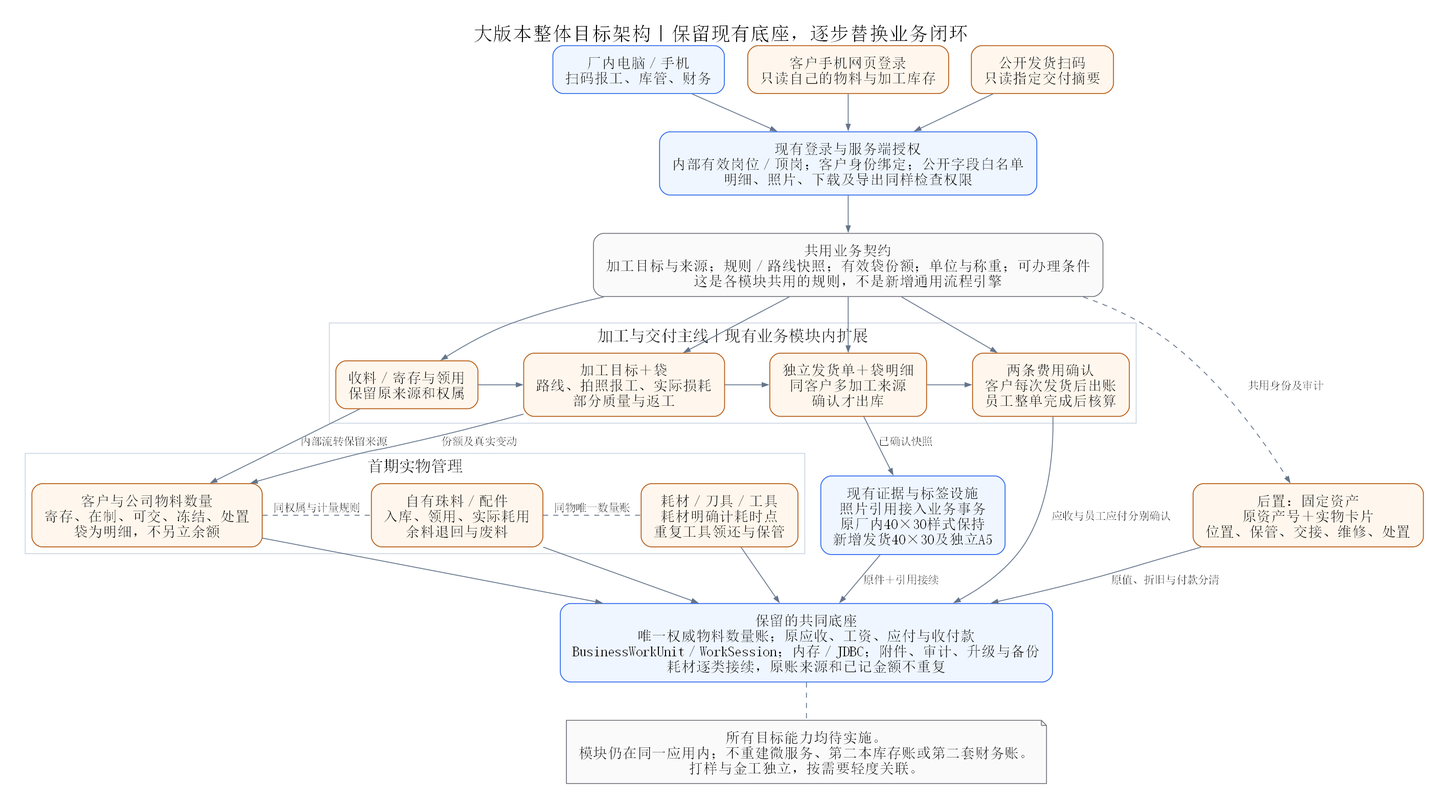
This is docs/diagrams/refactor-master/01-overall-architecture.png from sxliuchen-hash/zhubao-ERP, a Graphviz export, as it was before one commit. Its source is kept beside it as docs/diagrams/refactor-master/01-overall-architecture.dot. Its diagram source:
```dot
digraph G {
 graph [fontname="SimSun",fontsize=23,label="大版本整体目标架构｜保留现有底座，逐步替换业务闭环",labelloc=t,rankdir=TB,bgcolor="white",pad="0.3",nodesep="0.38",ranksep="0.6"];
 node [fontname="SimSun",fontsize=17,shape=box,style="rounded,filled",color="#b45309",fillcolor="#fff7ed",margin="0.2,0.14"];
 edge [fontname="SimSun",fontsize=13,color="#64748b",arrowsize=0.7];
 staff [label="厂内电脑／手机\n扫码报工、库管、财务",color="#2563eb",fillcolor="#eff6ff"];
 client [label="客户手机网页登录\n只读自己的物料与加工库存"];
 public [label="公开发货扫码\n只读指定交付摘要"];
 {rank=same;staff;client;public;}
 access [label="现有登录与服务端授权\n内部有效岗位／顶岗；客户身份绑定；公开字段白名单\n明细、照片、下载及导出同样检查权限",color="#2563eb",fillcolor="#eff6ff"];
 contract [label="共用业务契约\n加工目标与来源；规则／路线快照；有效袋份额；单位与称重；可办理条件\n这是各模块共用的规则，不是新增通用流程引擎",color="#71717a",fillcolor="#fafafa"];
 subgraph cluster_main {
  label="加工与交付主线｜现有业务模块内扩展";fontname="SimSun";fontsize=19;color="#cbd5e1";
  source [label="收料／寄存与领用\n保留原来源和权属"];
  production [label="加工目标＋袋\n路线、拍照报工、实际损耗\n部分质量与返工"];
  shipping [label="独立发货单＋袋明细\n同客户多加工来源\n确认才出库"];
  finance [label="两条费用确认\n客户每次发货后出账\n员工整单完成后核算"];
  {rank=same;source;production;shipping;finance;}
  source -> production;production -> shipping;shipping -> finance;
 }
 subgraph cluster_material {
  label="首期实物管理";fontname="SimSun";fontsize=19;color="#cbd5e1";
  inventory [label="客户与公司物料数量\n寄存、在制、可交、冻结、处置\n袋为明细，不另立余额"];
  factory [label="自有珠料／配件\n入库、领用、实际耗用\n余料退回与废料"];
  tools [label="耗材／刀具／工具\n耗材明确计耗时点\n重复工具领还与保管"];
  {rank=same;inventory;factory;tools;}
 }
 asset [label="后置：固定资产\n原资产号＋实物卡片\n位置、保管、交接、维修、处置"];
 evidence [label="现有证据与标签设施\n照片引用接入业务事务\n原厂内40×30样式保持\n新增发货40×30及独立A5",color="#2563eb",fillcolor="#eff6ff"];
 base [label="保留的共同底座\n唯一权威物料数量账；原应收、工资、应付与收付款\nBusinessWorkUnit／WorkSession；内存／JDBC；附件、审计、升级与备份\n耗材逐类接续，原账来源和已记金额不重复",color="#2563eb",fillcolor="#eff6ff"];
 note [shape=note,label="所有目标能力均待实施。\n模块仍在同一应用内；不重建微服务、第二本库存账或第二套财务账。\n打样与金工独立，按需要轻度关联。",color="#71717a",fillcolor="#fafafa"];
 staff -> access;client -> access;public -> access;access -> contract;
 contract -> source;contract -> production;contract -> shipping;contract -> finance;
 source -> inventory [label="内部流转保留来源"];
 production -> inventory [label="份额及真实变动"];
 shipping -> evidence [label="已确认快照"];
 finance -> base [label="应收与员工应付分别确认"];
 inventory -> factory [style=dashed,arrowhead=none,label="同权属与计量规则"];
 factory -> tools [style=dashed,arrowhead=none,label="同物唯一数量账"];
 inventory -> base;factory -> base;tools -> base;
 contract -> asset [style=dashed,label="共用身份及审计"];
 asset -> base [label="原值、折旧与付款分清"];
 evidence -> base [label="原件＋引用接续"];
 base -> note [style=dashed,arrowhead=none];
}
```
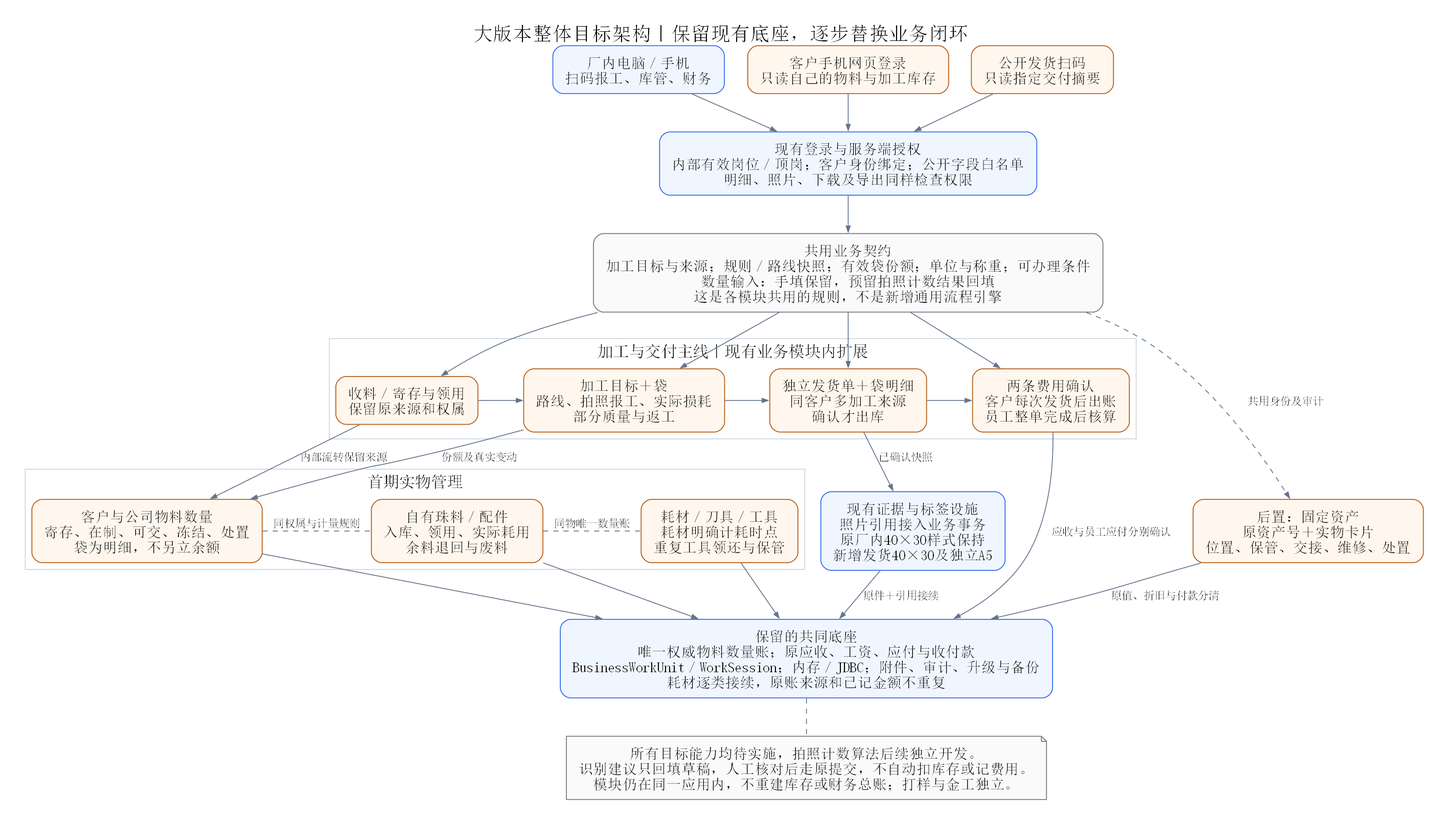
Above is the later version.

What changed in the source:
```diff
@@ -7,7 +7,7 @@
  public [label="公开发货扫码\n只读指定交付摘要"];
  {rank=same;staff;client;public;}
  access [label="现有登录与服务端授权\n内部有效岗位／顶岗；客户身份绑定；公开字段白名单\n明细、照片、下载及导出同样检查权限",color="#2563eb",fillcolor="#eff6ff"];
- contract [label="共用业务契约\n加工目标与来源；规则／路线快照；有效袋份额；单位与称重；可办理条件\n这是各模块共用的规则，不是新增通用流程引擎",color="#71717a",fillcolor="#fafafa"];
+ contract [label="共用业务契约\n加工目标与来源；规则／路线快照；有效袋份额；单位与称重；可办理条件\n数量输入：手填保留，预留拍照计数结果回填\n这是各模块共用的规则，不是新增通用流程引擎",color="#71717a",fillcolor="#fafafa"];
  subgraph cluster_main {
   label="加工与交付主线｜现有业务模块内扩展";fontname="SimSun";fontsize=19;color="#cbd5e1";
   source [label="收料／寄存与领用\n保留原来源和权属"];
@@ -27,7 +27,7 @@
  asset [label="后置：固定资产\n原资产号＋实物卡片\n位置、保管、交接、维修、处置"];
  evidence [label="现有证据与标签设施\n照片引用接入业务事务\n原厂内40×30样式保持\n新增发货40×30及独立A5",color="#2563eb",fillcolor="#eff6ff"];
  base [label="保留的共同底座\n唯一权威物料数量账；原应收、工资、应付与收付款\nBusinessWorkUnit／WorkSession；内存／JDBC；附件、审计、升级与备份\n耗材逐类接续，原账来源和已记金额不重复",color="#2563eb",fillcolor="#eff6ff"];
- note [shape=note,label="所有目标能力均待实施。\n模块仍在同一应用内；不重建微服务、第二本库存账或第二套财务账。\n打样与金工独立，按需要轻度关联。",color="#71717a",fillcolor="#fafafa"];
+ note [shape=note,label="所有目标能力均待实施，拍照计数算法后续独立开发。\n识别建议只回填草稿，人工核对后走原提交，不自动扣库存或记费用。\n模块仍在同一应用内，不重建库存或财务总账；打样与金工独立。",color="#71717a",fillcolor="#fafafa"];
  staff -> access;client -> access;public -> access;access -> contract;
  contract -> source;contract -> production;contract -> shipping;contract -> finance;
  source -> inventory [label="内部流转保留来源"];
```
